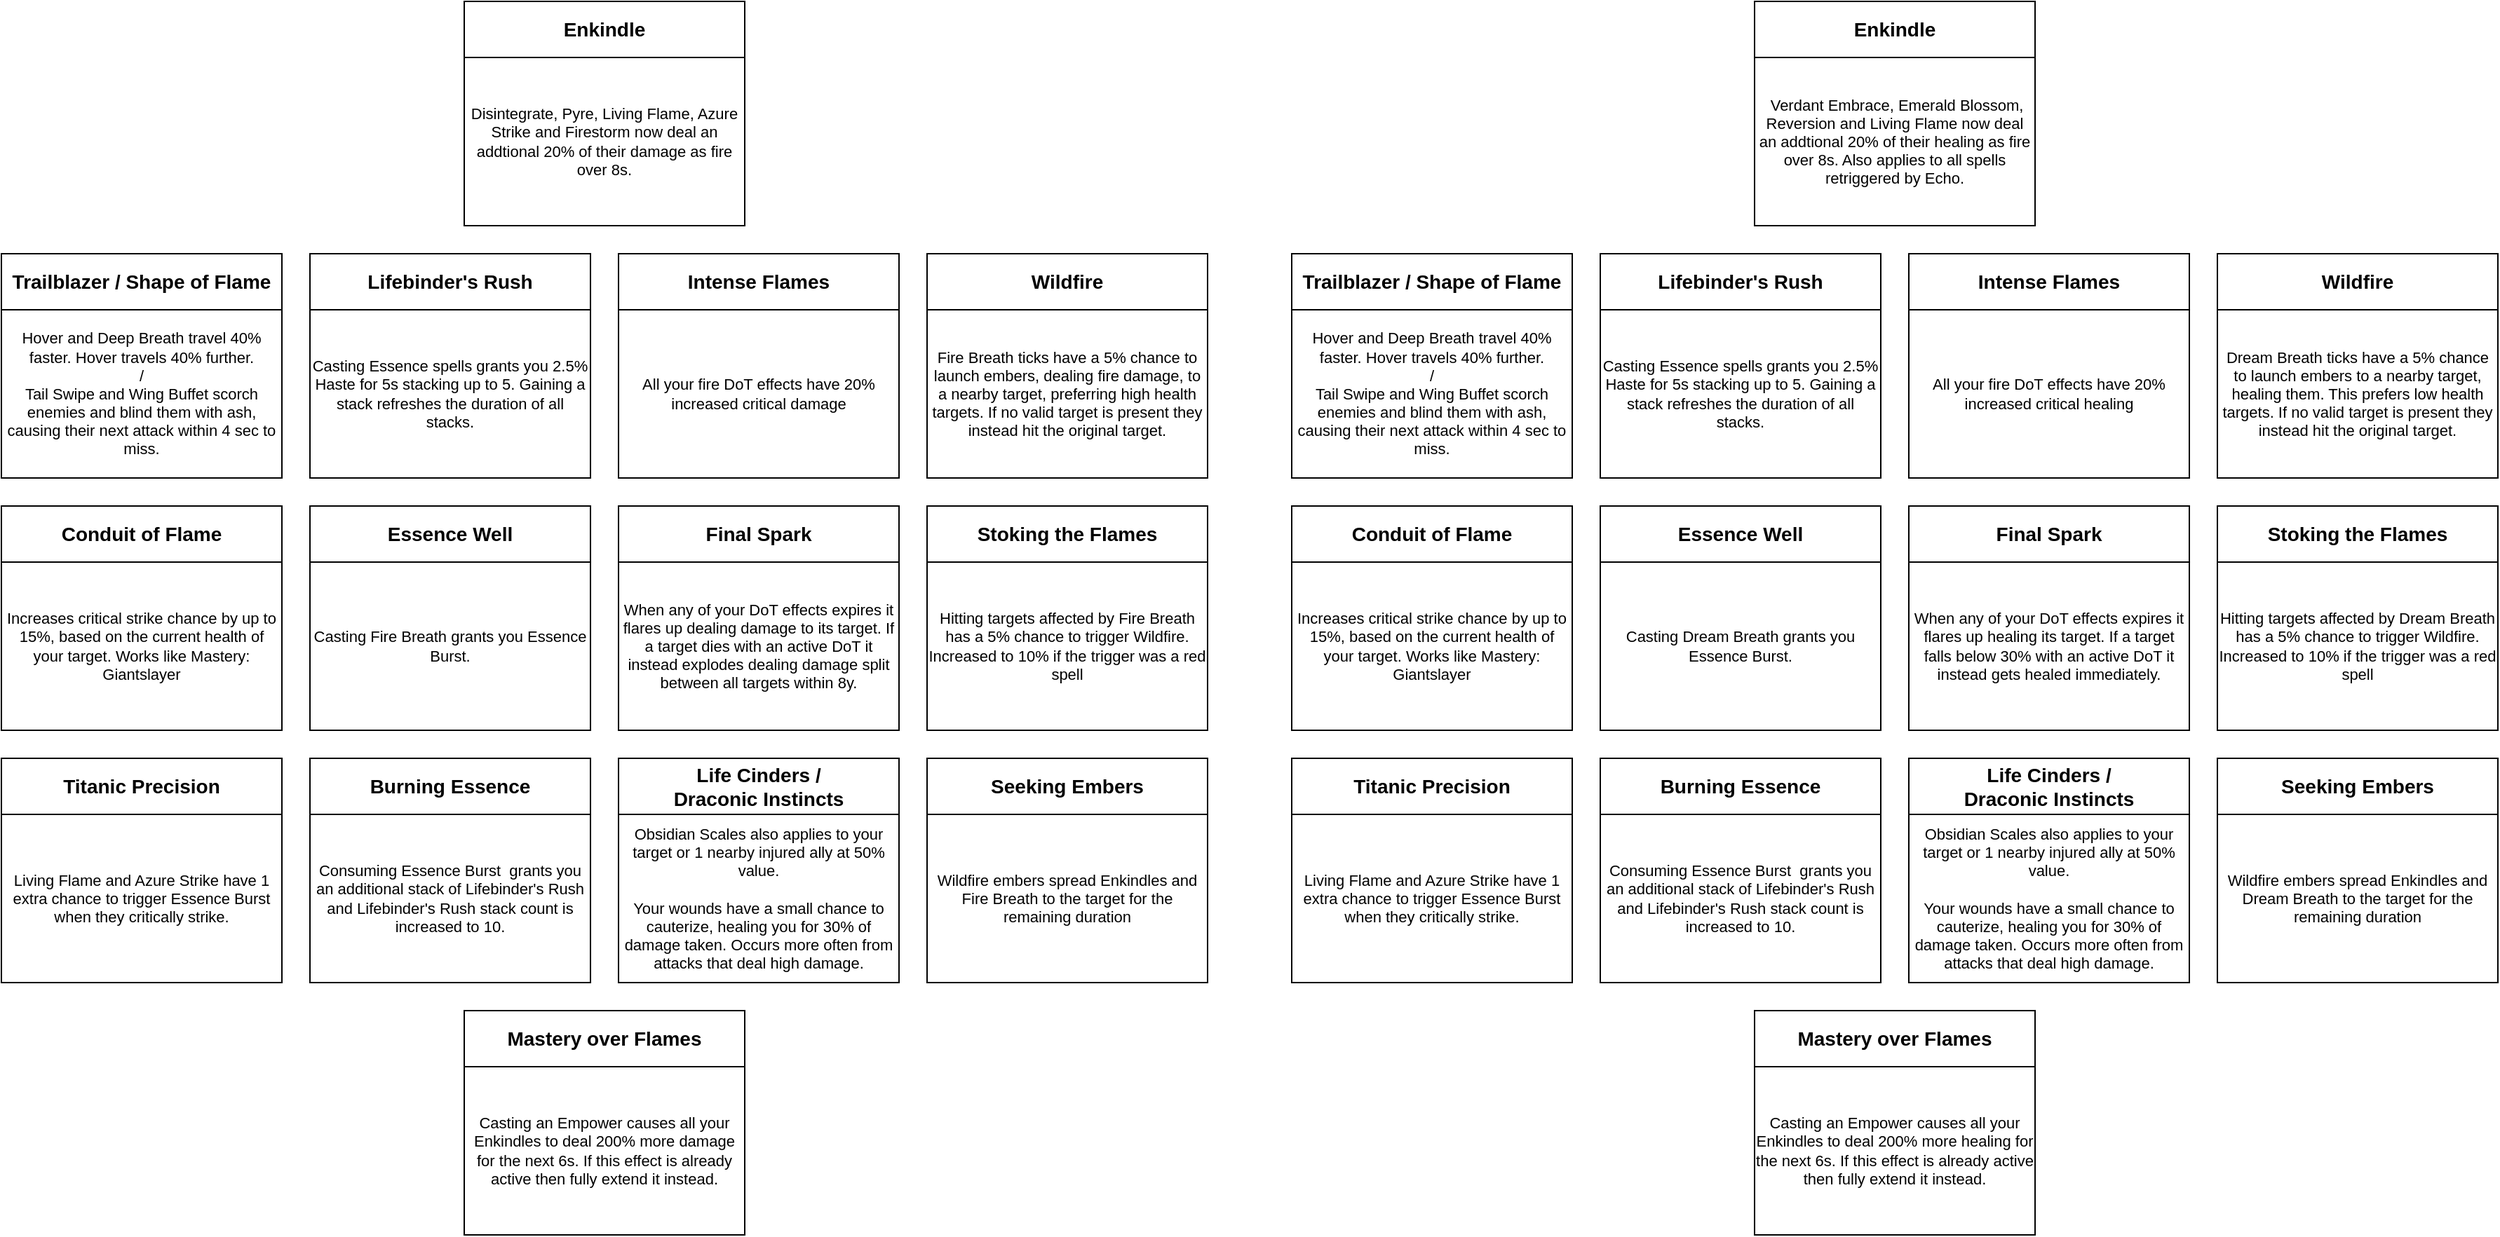
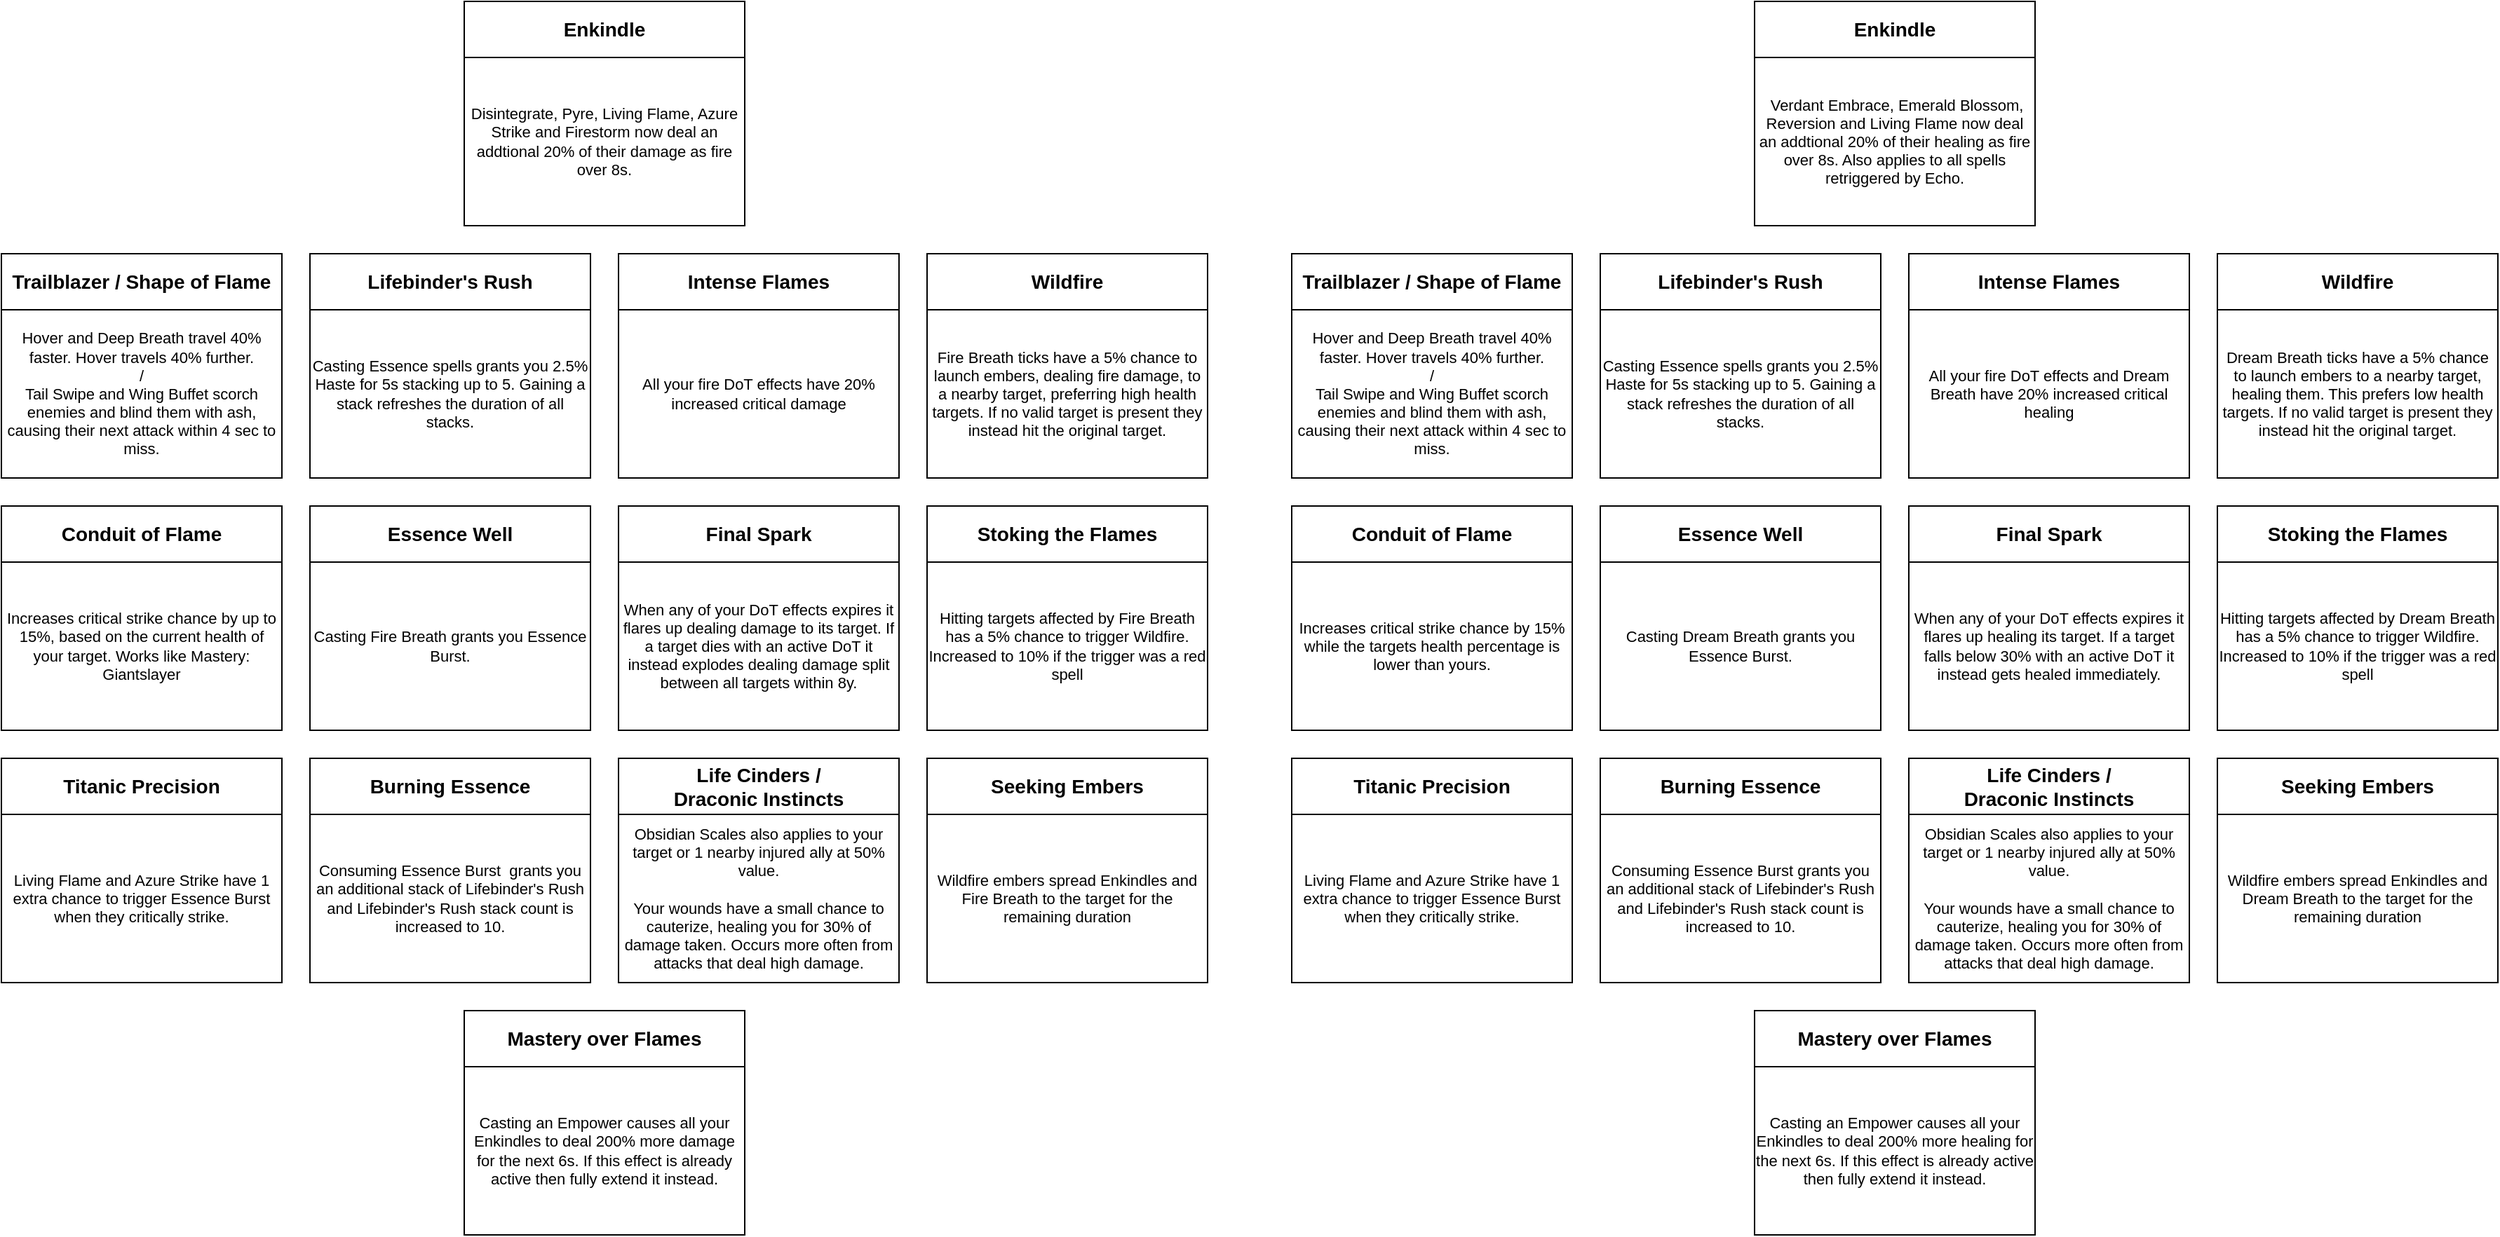
<mxfile host="app.diagrams.net" agent="Mozilla/5.0 (Windows NT 10.0; Win64; x64) AppleWebKit/537.36 (KHTML, like Gecko) Chrome/147.0.0.0 Safari/537.36 OPR/131.0.0.0" version="29.6.3">
  <diagram name="Page-1" id="7-C3C0MTsYJN3mklHAE3">
-     <mxGraphModel dx="1153" dy="636" grid="1" gridSize="10" guides="1" tooltips="1" connect="1" arrows="1" fold="1" page="1" pageScale="1" pageWidth="850" pageHeight="1100" math="0" shadow="0">
+     <mxGraphModel dx="1628" dy="898" grid="1" gridSize="10" guides="1" tooltips="1" connect="1" arrows="1" fold="1" page="1" pageScale="1" pageWidth="850" pageHeight="1100" math="0" shadow="0">
      <root>
        <mxCell id="0" />
        <mxCell id="1" parent="0" />
        <mxCell id="CbpXHZAzieputpjHQbmu-1" parent="1" style="rounded=0;whiteSpace=wrap;html=1;fontColor=default;fontStyle=1;fontSize=14;" value="&lt;span&gt;Enkindle&lt;/span&gt;" vertex="1">
          <mxGeometry height="40" width="200" x="330" y="80" as="geometry" />
        </mxCell>
        <mxCell id="CbpXHZAzieputpjHQbmu-6" parent="1" style="rounded=0;whiteSpace=wrap;html=1;verticalAlign=middle;fontSize=11;fontStyle=0" value="Disintegrate, Pyre, Living Flame, Azure Strike and Firestorm now deal an addtional 20% of their damage as fire over 8s." vertex="1">
          <mxGeometry height="120" width="200" x="330" y="120" as="geometry" />
        </mxCell>
        <mxCell id="CbpXHZAzieputpjHQbmu-7" parent="1" style="rounded=0;whiteSpace=wrap;html=1;fontColor=default;fontStyle=1;fontSize=14;" value="Essence Well" vertex="1">
          <mxGeometry height="40" width="200" x="220" y="440" as="geometry" />
        </mxCell>
        <mxCell id="CbpXHZAzieputpjHQbmu-8" parent="1" style="rounded=0;whiteSpace=wrap;html=1;fontSize=11;" value="Casting Fire Breath grants you Essence Burst." vertex="1">
          <mxGeometry height="120" width="200" x="220" y="480" as="geometry" />
        </mxCell>
        <mxCell id="CbpXHZAzieputpjHQbmu-9" parent="1" style="rounded=0;whiteSpace=wrap;html=1;fontColor=default;fontStyle=1;fontSize=14;" value="&lt;span&gt;&lt;font&gt;Trailblazer / Shape of Flame&lt;/font&gt;&lt;/span&gt;" vertex="1">
          <mxGeometry height="40" width="200" y="260" as="geometry" />
        </mxCell>
        <mxCell id="CbpXHZAzieputpjHQbmu-10" parent="1" style="rounded=0;whiteSpace=wrap;html=1;fontSize=11;" value="Hover and Deep Breath travel 40% faster. Hover travels 40% further.&lt;div&gt;/&lt;/div&gt;&lt;div&gt;Tail Swipe and Wing Buffet scorch enemies and blind them with ash, causing their next attack within 4 sec to miss.&lt;/div&gt;" vertex="1">
          <mxGeometry height="120" width="200" y="300" as="geometry" />
        </mxCell>
        <mxCell id="CbpXHZAzieputpjHQbmu-11" parent="1" style="rounded=0;whiteSpace=wrap;html=1;fontColor=default;fontStyle=1;fontSize=14;" value="&lt;span&gt;&lt;span&gt;Conduit of Flame&lt;/span&gt;&lt;/span&gt;" vertex="1">
          <mxGeometry height="40" width="200" y="440" as="geometry" />
        </mxCell>
        <mxCell id="CbpXHZAzieputpjHQbmu-12" parent="1" style="rounded=0;whiteSpace=wrap;html=1;fontSize=11;" value="Increases critical strike chance by up to 15%, based on the current health of your target. Works like Mastery: Giantslayer" vertex="1">
          <mxGeometry height="120" width="200" y="480" as="geometry" />
        </mxCell>
        <mxCell id="CbpXHZAzieputpjHQbmu-14" parent="1" style="rounded=0;whiteSpace=wrap;html=1;fontColor=default;fontStyle=1;fontSize=14;" value="&lt;span&gt;&lt;span&gt;Titanic Precision&lt;/span&gt;&lt;/span&gt;" vertex="1">
          <mxGeometry height="40" width="200" y="620" as="geometry" />
        </mxCell>
        <mxCell id="CbpXHZAzieputpjHQbmu-15" parent="1" style="rounded=0;whiteSpace=wrap;html=1;fontSize=11;" value="&lt;div&gt;&lt;span style=&quot;background-color: transparent; color: light-dark(rgb(0, 0, 0), rgb(255, 255, 255));&quot;&gt;Living Flame and Azure Strike have 1 extra chance to trigger Essence Burst when they critically strike.&lt;/span&gt;&lt;/div&gt;" vertex="1">
          <mxGeometry height="120" width="200" y="660" as="geometry" />
        </mxCell>
        <mxCell id="CbpXHZAzieputpjHQbmu-16" parent="1" style="rounded=0;whiteSpace=wrap;html=1;fontColor=default;fontStyle=1;fontSize=14;" value="Lifebinder&#39;s Rush" vertex="1">
          <mxGeometry height="40" width="200" x="220" y="260" as="geometry" />
        </mxCell>
        <mxCell id="CbpXHZAzieputpjHQbmu-17" parent="1" style="rounded=0;whiteSpace=wrap;html=1;fontSize=11;" value="Casting Essence spells grants you 2.5% Haste for 5s stacking up to 5. Gaining a stack refreshes the duration of all stacks." vertex="1">
          <mxGeometry height="120" width="200" x="220" y="300" as="geometry" />
        </mxCell>
        <mxCell id="CbpXHZAzieputpjHQbmu-18" parent="1" style="rounded=0;whiteSpace=wrap;html=1;fontColor=default;fontStyle=1;fontSize=14;" value="Burning Essence" vertex="1">
          <mxGeometry height="40" width="200" x="220" y="620" as="geometry" />
        </mxCell>
        <mxCell id="CbpXHZAzieputpjHQbmu-19" parent="1" style="rounded=0;whiteSpace=wrap;html=1;fontSize=11;" value="Consuming Essence Burst&amp;nbsp; grants you an additional stack of Lifebinder&#39;s Rush and Lifebinder&#39;s Rush stack count is increased to 10." vertex="1">
          <mxGeometry height="120" width="200" x="220" y="660" as="geometry" />
        </mxCell>
        <mxCell id="CbpXHZAzieputpjHQbmu-20" parent="1" style="rounded=0;whiteSpace=wrap;html=1;fontColor=default;fontStyle=1;fontSize=14;" value="Intense Flames" vertex="1">
          <mxGeometry height="40" width="200" x="440" y="260" as="geometry" />
        </mxCell>
        <mxCell id="CbpXHZAzieputpjHQbmu-21" parent="1" style="rounded=0;whiteSpace=wrap;html=1;fontSize=11;" value="All your fire DoT effects have 20% increased critical damage" vertex="1">
          <mxGeometry height="120" width="200" x="440" y="300" as="geometry" />
        </mxCell>
        <mxCell id="CbpXHZAzieputpjHQbmu-22" parent="1" style="rounded=0;whiteSpace=wrap;html=1;fontColor=default;fontStyle=1;fontSize=14;" value="Final Spark" vertex="1">
          <mxGeometry height="40" width="200" x="440" y="440" as="geometry" />
        </mxCell>
        <mxCell id="CbpXHZAzieputpjHQbmu-23" parent="1" style="rounded=0;whiteSpace=wrap;html=1;fontSize=11;" value="When any of your DoT effects expires it flares up dealing damage to its target. If a target dies with an active DoT it instead explodes dealing damage split between all targets within 8y." vertex="1">
          <mxGeometry height="120" width="200" x="440" y="480" as="geometry" />
        </mxCell>
        <mxCell id="CbpXHZAzieputpjHQbmu-24" parent="1" style="rounded=0;whiteSpace=wrap;html=1;fontColor=default;fontStyle=1;fontSize=14;" value="&lt;span&gt;Life Cinders / &lt;br&gt;Draconic Instincts&lt;/span&gt;" vertex="1">
          <mxGeometry height="40" width="200" x="440" y="620" as="geometry" />
        </mxCell>
        <mxCell id="CbpXHZAzieputpjHQbmu-25" parent="1" style="rounded=0;whiteSpace=wrap;html=1;fontSize=11;" value="Obsidian Scales also applies to your target or 1 nearby injured ally at 50% value.&lt;div&gt;&lt;br&gt;&lt;div&gt;Your wounds have a small chance to cauterize, healing you for 30% of damage taken. Occurs more often from attacks that deal high damage.&lt;/div&gt;&lt;/div&gt;" vertex="1">
          <mxGeometry height="120" width="200" x="440" y="660" as="geometry" />
        </mxCell>
        <mxCell id="CbpXHZAzieputpjHQbmu-26" parent="1" style="rounded=0;whiteSpace=wrap;html=1;fontColor=default;fontStyle=1;fontSize=14;" value="&lt;span&gt;Wildfire&lt;/span&gt;" vertex="1">
          <mxGeometry height="40" width="200" x="660" y="260" as="geometry" />
        </mxCell>
        <mxCell id="CbpXHZAzieputpjHQbmu-27" parent="1" style="rounded=0;whiteSpace=wrap;html=1;fontSize=11;" value="Fire Breath ticks have a 5% chance to launch embers, dealing fire damage, to a nearby target, preferring high health targets. If no valid target is present they instead hit the original target." vertex="1">
          <mxGeometry height="120" width="200" x="660" y="300" as="geometry" />
        </mxCell>
        <mxCell id="CbpXHZAzieputpjHQbmu-28" parent="1" style="rounded=0;whiteSpace=wrap;html=1;fontColor=default;fontSize=14;fontStyle=1" value="&lt;span&gt;Stoking the Flames&lt;/span&gt;" vertex="1">
          <mxGeometry height="40" width="200" x="660" y="440" as="geometry" />
        </mxCell>
        <mxCell id="CbpXHZAzieputpjHQbmu-29" parent="1" style="rounded=0;whiteSpace=wrap;html=1;fontSize=11;" value="Hitting targets affected by Fire Breath has a 5% chance to trigger Wildfire. Increased to 10% if the trigger was a red spell" vertex="1">
          <mxGeometry height="120" width="200" x="660" y="480" as="geometry" />
        </mxCell>
        <mxCell id="CbpXHZAzieputpjHQbmu-30" parent="1" style="rounded=0;whiteSpace=wrap;html=1;fontColor=default;fontStyle=1;fontSize=14;" value="&lt;span&gt;&lt;font&gt;Seeking Embers&lt;/font&gt;&lt;/span&gt;" vertex="1">
          <mxGeometry height="40" width="200" x="660" y="620" as="geometry" />
        </mxCell>
        <mxCell id="CbpXHZAzieputpjHQbmu-31" parent="1" style="rounded=0;whiteSpace=wrap;html=1;fontSize=11;" value="Wildfire embers spread Enkindles and Fire Breath to the target for the remaining duration" vertex="1">
          <mxGeometry height="120" width="200" x="660" y="660" as="geometry" />
        </mxCell>
        <mxCell id="CbpXHZAzieputpjHQbmu-32" parent="1" style="rounded=0;whiteSpace=wrap;html=1;fontColor=default;fontStyle=1" value="&lt;span style=&quot;font-size: 14px;&quot;&gt;Mastery over Flames&lt;/span&gt;" vertex="1">
          <mxGeometry height="40" width="200" x="330" y="800" as="geometry" />
        </mxCell>
        <mxCell id="CbpXHZAzieputpjHQbmu-33" parent="1" style="rounded=0;whiteSpace=wrap;html=1;verticalAlign=middle;fontSize=11;" value="Casting an Empower causes all your Enkindles to deal 200% more damage for the next 6s. If this effect is already active then fully extend it instead." vertex="1">
          <mxGeometry height="120" width="200" x="330" y="840" as="geometry" />
        </mxCell>
        <mxCell id="ExkhEfNAmdtYAn1Fs_e5-1" parent="1" style="rounded=0;whiteSpace=wrap;html=1;fontColor=default;fontStyle=1;fontSize=14;" value="&lt;span&gt;Enkindle&lt;/span&gt;" vertex="1">
          <mxGeometry height="40" width="200" x="1250" y="80" as="geometry" />
        </mxCell>
        <mxCell id="ExkhEfNAmdtYAn1Fs_e5-2" parent="1" style="rounded=0;whiteSpace=wrap;html=1;verticalAlign=middle;fontSize=11;fontStyle=0" value="&amp;nbsp;Verdant Embrace, Emerald Blossom, Reversion and Living Flame now deal an addtional 20% of their healing as fire over 8s. Also applies to all spells retriggered by Echo." vertex="1">
          <mxGeometry height="120" width="200" x="1250" y="120" as="geometry" />
        </mxCell>
        <mxCell id="ExkhEfNAmdtYAn1Fs_e5-3" parent="1" style="rounded=0;whiteSpace=wrap;html=1;fontColor=default;fontStyle=1;fontSize=14;" value="Essence Well" vertex="1">
          <mxGeometry height="40" width="200" x="1140" y="440" as="geometry" />
        </mxCell>
        <mxCell id="ExkhEfNAmdtYAn1Fs_e5-4" parent="1" style="rounded=0;whiteSpace=wrap;html=1;fontSize=11;" value="Casting Dream Breath grants you Essence Burst." vertex="1">
          <mxGeometry height="120" width="200" x="1140" y="480" as="geometry" />
        </mxCell>
        <mxCell id="ExkhEfNAmdtYAn1Fs_e5-5" parent="1" style="rounded=0;whiteSpace=wrap;html=1;fontColor=default;fontStyle=1;fontSize=14;" value="&lt;span&gt;&lt;font&gt;Trailblazer / Shape of Flame&lt;/font&gt;&lt;/span&gt;" vertex="1">
          <mxGeometry height="40" width="200" x="920" y="260" as="geometry" />
        </mxCell>
        <mxCell id="ExkhEfNAmdtYAn1Fs_e5-6" parent="1" style="rounded=0;whiteSpace=wrap;html=1;fontSize=11;" value="Hover and Deep Breath travel 40% faster. Hover travels 40% further.&lt;div&gt;/&lt;/div&gt;&lt;div&gt;Tail Swipe and Wing Buffet scorch enemies and blind them with ash, causing their next attack within 4 sec to miss.&lt;/div&gt;" vertex="1">
          <mxGeometry height="120" width="200" x="920" y="300" as="geometry" />
        </mxCell>
        <mxCell id="ExkhEfNAmdtYAn1Fs_e5-7" parent="1" style="rounded=0;whiteSpace=wrap;html=1;fontColor=default;fontStyle=1;fontSize=14;" value="&lt;span&gt;&lt;span&gt;Conduit of Flame&lt;/span&gt;&lt;/span&gt;" vertex="1">
          <mxGeometry height="40" width="200" x="920" y="440" as="geometry" />
        </mxCell>
-         <mxCell id="ExkhEfNAmdtYAn1Fs_e5-8" parent="1" style="rounded=0;whiteSpace=wrap;html=1;fontSize=11;" value="Increases critical strike chance by up to 15%, based on the current health of your target. Works like Mastery: Giantslayer" vertex="1">
+         <mxCell id="ExkhEfNAmdtYAn1Fs_e5-8" parent="1" style="rounded=0;whiteSpace=wrap;html=1;fontSize=11;" value="Increases critical strike chance by 15% while the targets health percentage is lower than yours." vertex="1">
          <mxGeometry height="120" width="200" x="920" y="480" as="geometry" />
        </mxCell>
        <mxCell id="ExkhEfNAmdtYAn1Fs_e5-9" parent="1" style="rounded=0;whiteSpace=wrap;html=1;fontColor=default;fontStyle=1;fontSize=14;" value="&lt;span&gt;&lt;span&gt;Titanic Precision&lt;/span&gt;&lt;/span&gt;" vertex="1">
          <mxGeometry height="40" width="200" x="920" y="620" as="geometry" />
        </mxCell>
        <mxCell id="ExkhEfNAmdtYAn1Fs_e5-10" parent="1" style="rounded=0;whiteSpace=wrap;html=1;fontSize=11;" value="&lt;div&gt;&lt;span style=&quot;background-color: transparent; color: light-dark(rgb(0, 0, 0), rgb(255, 255, 255));&quot;&gt;Living Flame and Azure Strike have 1 extra chance to trigger Essence Burst when they critically strike.&lt;/span&gt;&lt;/div&gt;" vertex="1">
          <mxGeometry height="120" width="200" x="920" y="660" as="geometry" />
        </mxCell>
        <mxCell id="ExkhEfNAmdtYAn1Fs_e5-11" parent="1" style="rounded=0;whiteSpace=wrap;html=1;fontColor=default;fontStyle=1;fontSize=14;" value="Lifebinder&#39;s Rush" vertex="1">
          <mxGeometry height="40" width="200" x="1140" y="260" as="geometry" />
        </mxCell>
        <mxCell id="ExkhEfNAmdtYAn1Fs_e5-12" parent="1" style="rounded=0;whiteSpace=wrap;html=1;fontSize=11;" value="Casting Essence spells grants you 2.5% Haste for 5s stacking up to 5. Gaining a stack refreshes the duration of all stacks." vertex="1">
          <mxGeometry height="120" width="200" x="1140" y="300" as="geometry" />
        </mxCell>
        <mxCell id="ExkhEfNAmdtYAn1Fs_e5-13" parent="1" style="rounded=0;whiteSpace=wrap;html=1;fontColor=default;fontStyle=1;fontSize=14;" value="Burning Essence" vertex="1">
          <mxGeometry height="40" width="200" x="1140" y="620" as="geometry" />
        </mxCell>
-         <mxCell id="ExkhEfNAmdtYAn1Fs_e5-14" parent="1" style="rounded=0;whiteSpace=wrap;html=1;fontSize=11;" value="Consuming Essence Burst&amp;nbsp; grants you an additional stack of Lifebinder&#39;s Rush and Lifebinder&#39;s Rush stack count is increased to 10." vertex="1">
+         <mxCell id="ExkhEfNAmdtYAn1Fs_e5-14" parent="1" style="rounded=0;whiteSpace=wrap;html=1;fontSize=11;" value="Consuming Essence Burst grants you an additional stack of Lifebinder&#39;s Rush and Lifebinder&#39;s Rush stack count is increased to 10." vertex="1">
          <mxGeometry height="120" width="200" x="1140" y="660" as="geometry" />
        </mxCell>
        <mxCell id="ExkhEfNAmdtYAn1Fs_e5-15" parent="1" style="rounded=0;whiteSpace=wrap;html=1;fontColor=default;fontStyle=1;fontSize=14;" value="Intense Flames" vertex="1">
          <mxGeometry height="40" width="200" x="1360" y="260" as="geometry" />
        </mxCell>
-         <mxCell id="ExkhEfNAmdtYAn1Fs_e5-16" parent="1" style="rounded=0;whiteSpace=wrap;html=1;fontSize=11;" value="All your fire DoT effects have 20% increased critical healing" vertex="1">
+         <mxCell id="ExkhEfNAmdtYAn1Fs_e5-16" parent="1" style="rounded=0;whiteSpace=wrap;html=1;fontSize=11;" value="All your fire DoT effects and Dream Breath have 20% increased critical healing" vertex="1">
          <mxGeometry height="120" width="200" x="1360" y="300" as="geometry" />
        </mxCell>
        <mxCell id="ExkhEfNAmdtYAn1Fs_e5-17" parent="1" style="rounded=0;whiteSpace=wrap;html=1;fontColor=default;fontStyle=1;fontSize=14;" value="Final Spark" vertex="1">
          <mxGeometry height="40" width="200" x="1360" y="440" as="geometry" />
        </mxCell>
        <mxCell id="ExkhEfNAmdtYAn1Fs_e5-18" parent="1" style="rounded=0;whiteSpace=wrap;html=1;fontSize=11;" value="When any of your DoT effects expires it flares up healing its target. If a target falls below 30% with an active DoT it instead gets healed immediately." vertex="1">
          <mxGeometry height="120" width="200" x="1360" y="480" as="geometry" />
        </mxCell>
        <mxCell id="ExkhEfNAmdtYAn1Fs_e5-19" parent="1" style="rounded=0;whiteSpace=wrap;html=1;fontColor=default;fontStyle=1;fontSize=14;" value="&lt;span&gt;Life Cinders / &lt;br&gt;Draconic Instincts&lt;/span&gt;" vertex="1">
          <mxGeometry height="40" width="200" x="1360" y="620" as="geometry" />
        </mxCell>
        <mxCell id="ExkhEfNAmdtYAn1Fs_e5-20" parent="1" style="rounded=0;whiteSpace=wrap;html=1;fontSize=11;" value="Obsidian Scales also applies to your target or 1 nearby injured ally at 50% value.&lt;div&gt;&lt;br&gt;&lt;div&gt;Your wounds have a small chance to cauterize, healing you for 30% of damage taken. Occurs more often from attacks that deal high damage.&lt;/div&gt;&lt;/div&gt;" vertex="1">
          <mxGeometry height="120" width="200" x="1360" y="660" as="geometry" />
        </mxCell>
        <mxCell id="ExkhEfNAmdtYAn1Fs_e5-21" parent="1" style="rounded=0;whiteSpace=wrap;html=1;fontColor=default;fontStyle=1;fontSize=14;" value="&lt;span&gt;Wildfire&lt;/span&gt;" vertex="1">
          <mxGeometry height="40" width="200" x="1580" y="260" as="geometry" />
        </mxCell>
        <mxCell id="ExkhEfNAmdtYAn1Fs_e5-22" parent="1" style="rounded=0;whiteSpace=wrap;html=1;fontSize=11;" value="Dream Breath ticks have a 5% chance to launch embers to a nearby target, healing them. This prefers low health targets. If no valid target is present they instead hit the original target." vertex="1">
          <mxGeometry height="120" width="200" x="1580" y="300" as="geometry" />
        </mxCell>
        <mxCell id="ExkhEfNAmdtYAn1Fs_e5-23" parent="1" style="rounded=0;whiteSpace=wrap;html=1;fontColor=default;fontSize=14;fontStyle=1" value="&lt;span&gt;Stoking the Flames&lt;/span&gt;" vertex="1">
          <mxGeometry height="40" width="200" x="1580" y="440" as="geometry" />
        </mxCell>
        <mxCell id="ExkhEfNAmdtYAn1Fs_e5-24" parent="1" style="rounded=0;whiteSpace=wrap;html=1;fontSize=11;" value="Hitting targets affected by Dream Breath has a 5% chance to trigger Wildfire. Increased to 10% if the trigger was a red spell" vertex="1">
          <mxGeometry height="120" width="200" x="1580" y="480" as="geometry" />
        </mxCell>
        <mxCell id="ExkhEfNAmdtYAn1Fs_e5-25" parent="1" style="rounded=0;whiteSpace=wrap;html=1;fontColor=default;fontStyle=1;fontSize=14;" value="&lt;span&gt;&lt;font&gt;Seeking Embers&lt;/font&gt;&lt;/span&gt;" vertex="1">
          <mxGeometry height="40" width="200" x="1580" y="620" as="geometry" />
        </mxCell>
        <mxCell id="ExkhEfNAmdtYAn1Fs_e5-26" parent="1" style="rounded=0;whiteSpace=wrap;html=1;fontSize=11;" value="Wildfire embers spread Enkindles and Dream Breath to the target for the remaining duration" vertex="1">
          <mxGeometry height="120" width="200" x="1580" y="660" as="geometry" />
        </mxCell>
        <mxCell id="ExkhEfNAmdtYAn1Fs_e5-27" parent="1" style="rounded=0;whiteSpace=wrap;html=1;fontColor=default;fontStyle=1" value="&lt;span style=&quot;font-size: 14px;&quot;&gt;Mastery over Flames&lt;/span&gt;" vertex="1">
          <mxGeometry height="40" width="200" x="1250" y="800" as="geometry" />
        </mxCell>
        <mxCell id="ExkhEfNAmdtYAn1Fs_e5-28" parent="1" style="rounded=0;whiteSpace=wrap;html=1;verticalAlign=middle;fontSize=11;" value="Casting an Empower causes all your Enkindles to deal 200% more healing for the next 6s. If this effect is already active then fully extend it instead." vertex="1">
          <mxGeometry height="120" width="200" x="1250" y="840" as="geometry" />
        </mxCell>
      </root>
    </mxGraphModel>
  </diagram>
</mxfile>
